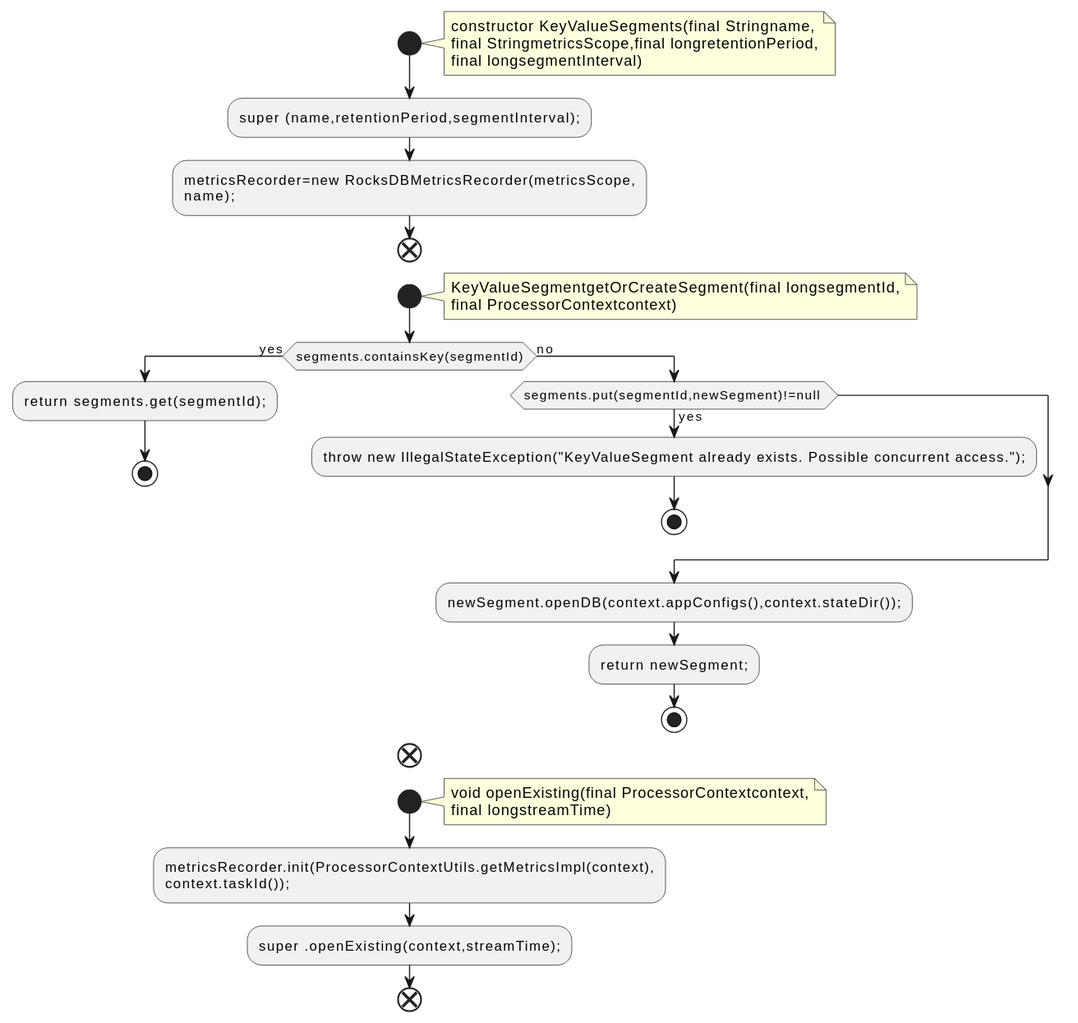
The PlantUML diagram docs/qc/streams/src/main/java/org/apache/kafka/streams/state/internals/KeyValueSegments.java.fct.svg in qualitesys/kafka, before a commit.
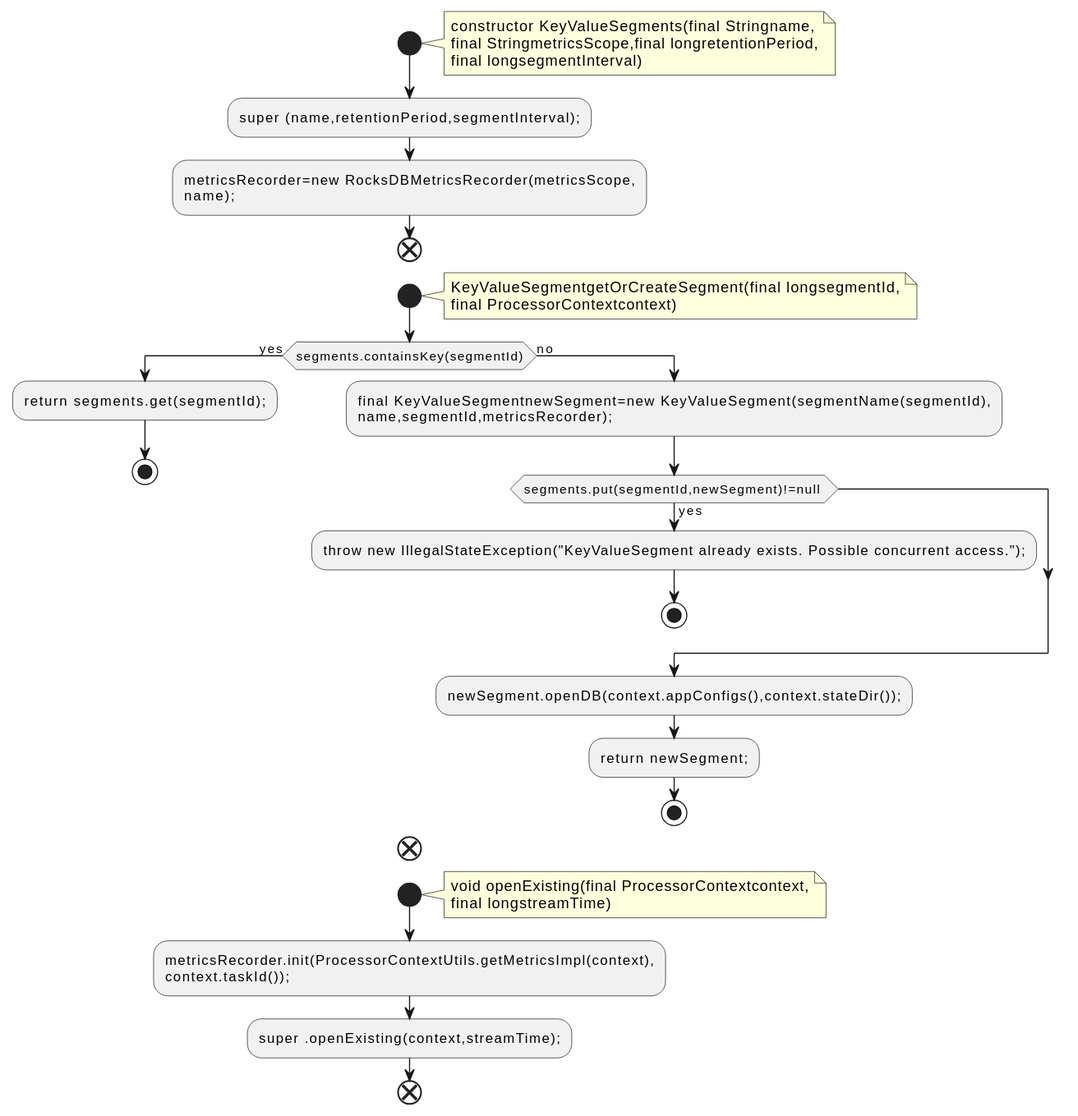
After the change.

Diff of the diagram source:
```diff
@@ -19,6 +19,8 @@
 :return segments.get(segmentId);;
 stop
 else (no)
+:final KeyValueSegmentnewSegment=new KeyValueSegment(segmentName(segmentId),
+name,segmentId,metricsRecorder);;
 if (segments.put(segmentId,newSegment)!=null ) then (yes)
 :throw new IllegalStateException("KeyValueSegment already exists. Possible concurrent access.");;
 stop
```
